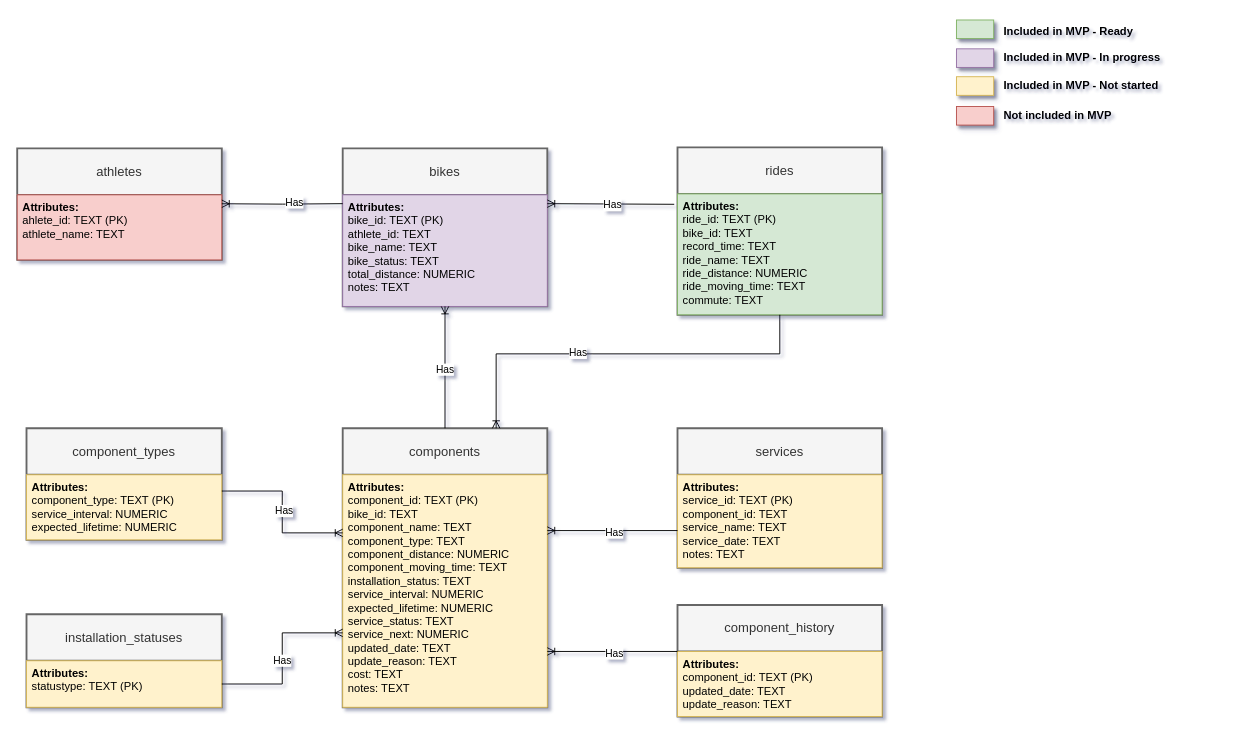
Above: page "ER diagram" (3 of 5) of docs/all_diagrams.drawio in xivind/velo-supervisor-2000 (draw.io), before the change. Source tidied: cells renumbered, new cells numbered last; positions are measured from the earlier drawing's top-left corner, leaving out a move shared by most shapes. Both pictures are drawn from the tidied source at 93%, with x=0, y=0 at pixel (17, 18).
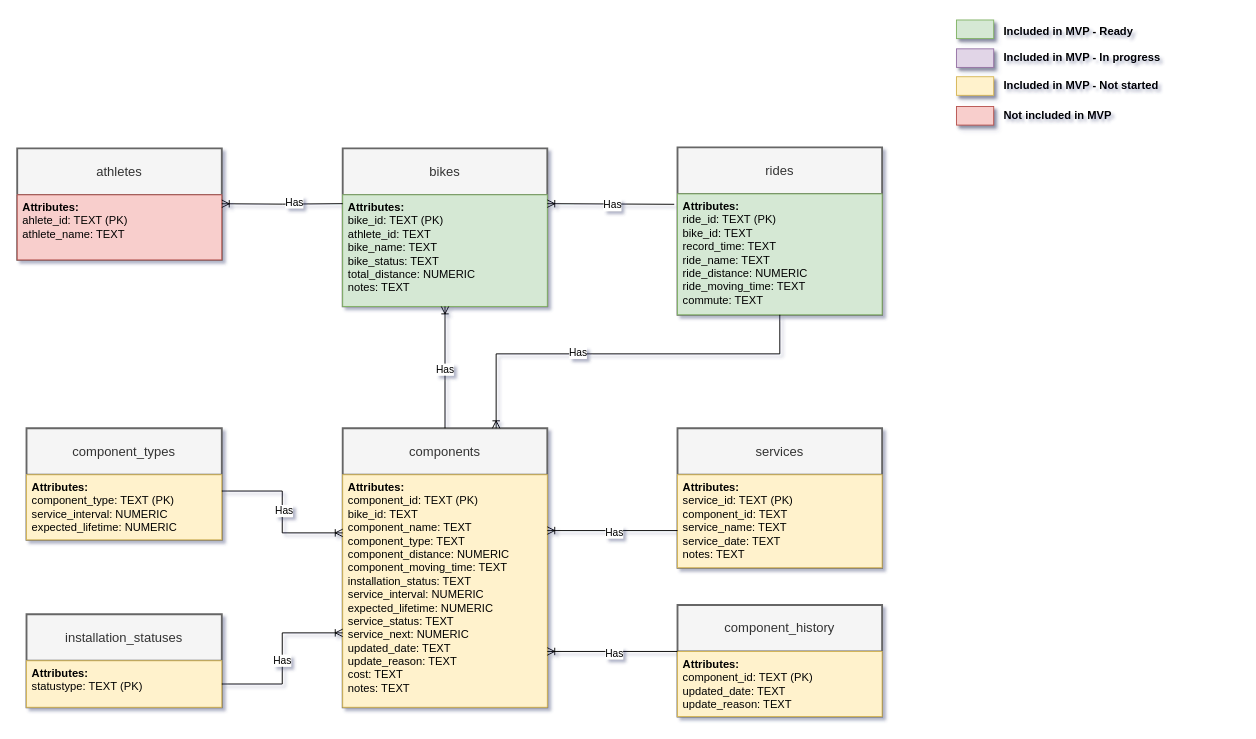
The same page after the edit.

Unchanged cells that the change refers to:
```xml
<mxCell id="6" value="bikes" style="swimlane;horizontal=1;startSize=50;rounded=0;fontSize=14;fontStyle=0;strokeWidth=2;shadow=0;dashed=0;align=center;arcSize=0;whiteSpace=wrap;html=1;fillColor=#f5f5f5;strokeColor=#666666;fontColor=#333333;" parent="1" vertex="1">
  <mxGeometry x="350" y="140" width="220" height="170" as="geometry" />
</mxCell>
```

The edit, as a diff of the source:
```diff
@@
-    <mxCell id="7" value="&lt;div&gt;&lt;b&gt;Attributes:&lt;/b&gt;&lt;br&gt;&lt;/div&gt;bike_id: TEXT&amp;nbsp;(PK)&lt;div&gt;athlete_id&lt;span style=&quot;background-color: initial;&quot;&gt;: TEXT&lt;/span&gt;&lt;/div&gt;&lt;div&gt;&lt;span style=&quot;background-color: initial;&quot;&gt;bike_name&lt;/span&gt;&lt;span style=&quot;background-color: initial;&quot;&gt;: TEXT&lt;/span&gt;&lt;br&gt;&lt;/div&gt;&lt;div&gt;bike_status: TEXT&lt;br&gt;&lt;div&gt;total_distance&lt;span style=&quot;background-color: initial;&quot;&gt;: NUMERIC&lt;/span&gt;&lt;/div&gt;&lt;div&gt;notes&lt;span style=&quot;background-color: initial;&quot;&gt;: TEXT&lt;/span&gt;&lt;/div&gt;&lt;/div&gt;" style="align=left;spacingLeft=4;fontSize=12;verticalAlign=top;html=1;rounded=0;fillColor=#e1d5e7;strokeColor=#9673a6;" parent="6" vertex="1">
+    <mxCell id="7" value="&lt;div&gt;&lt;b&gt;Attributes:&lt;/b&gt;&lt;br&gt;&lt;/div&gt;bike_id: TEXT&amp;nbsp;(PK)&lt;div&gt;athlete_id&lt;span style=&quot;background-color: initial;&quot;&gt;: TEXT&lt;/span&gt;&lt;/div&gt;&lt;div&gt;&lt;span style=&quot;background-color: initial;&quot;&gt;bike_name&lt;/span&gt;&lt;span style=&quot;background-color: initial;&quot;&gt;: TEXT&lt;/span&gt;&lt;br&gt;&lt;/div&gt;&lt;div&gt;bike_status: TEXT&lt;br&gt;&lt;div&gt;total_distance&lt;span style=&quot;background-color: initial;&quot;&gt;: NUMERIC&lt;/span&gt;&lt;/div&gt;&lt;div&gt;notes&lt;span style=&quot;background-color: initial;&quot;&gt;: TEXT&lt;/span&gt;&lt;/div&gt;&lt;/div&gt;" style="align=left;spacingLeft=4;fontSize=12;verticalAlign=top;html=1;rounded=0;fillColor=#d5e8d4;strokeColor=#82b366;" parent="6" vertex="1">
       <mxGeometry y="50" width="220" height="120" as="geometry" />
     </mxCell>
```
